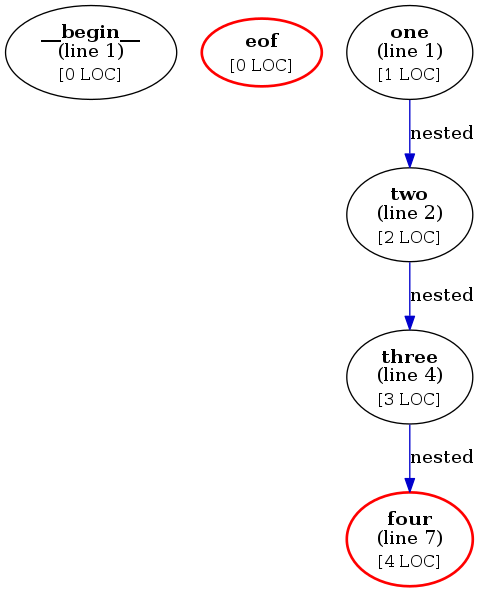
The Graphviz diagram examples/loc.png in microsoft/cmd-call-graph, before a commit. Its source is kept beside it as examples/loc.dot. Its diagram source:
```dot
digraph g {
"__begin__" [label=<<b>__begin__</b><br/>(line 1)<br/><sub>[0 LOC]</sub>>]
"eof" [label=<<b>eof</b><br/><sub>[0 LOC]</sub>>,color=red,penwidth=2]
"four" [label=<<b>four</b><br/>(line 7)<br/><sub>[4 LOC]</sub>>,color=red,penwidth=2]
"one" [label=<<b>one</b><br/>(line 1)<br/><sub>[1 LOC]</sub>>]
"one" -> "two" [label=nested,color=blue3]
"three" [label=<<b>three</b><br/>(line 4)<br/><sub>[3 LOC]</sub>>]
"three" -> "four" [label=nested,color=blue3]
"two" [label=<<b>two</b><br/>(line 2)<br/><sub>[2 LOC]</sub>>]
"two" -> "three" [label=nested,color=blue3]
}
```
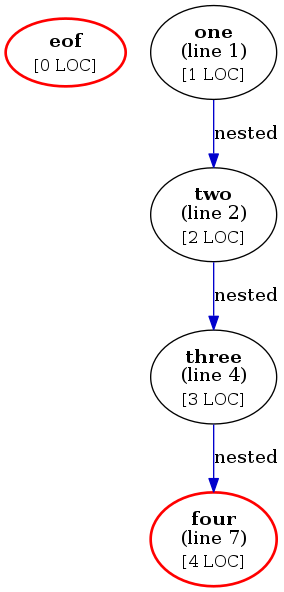
Above is the later version.

Change to the diagram source:
```diff
@@ -1,5 +1,4 @@
 digraph g {
-"__begin__" [label=<<b>__begin__</b><br/>(line 1)<br/><sub>[0 LOC]</sub>>]
 "eof" [label=<<b>eof</b><br/><sub>[0 LOC]</sub>>,color=red,penwidth=2]
 "four" [label=<<b>four</b><br/>(line 7)<br/><sub>[4 LOC]</sub>>,color=red,penwidth=2]
 "one" [label=<<b>one</b><br/>(line 1)<br/><sub>[1 LOC]</sub>>]
```
